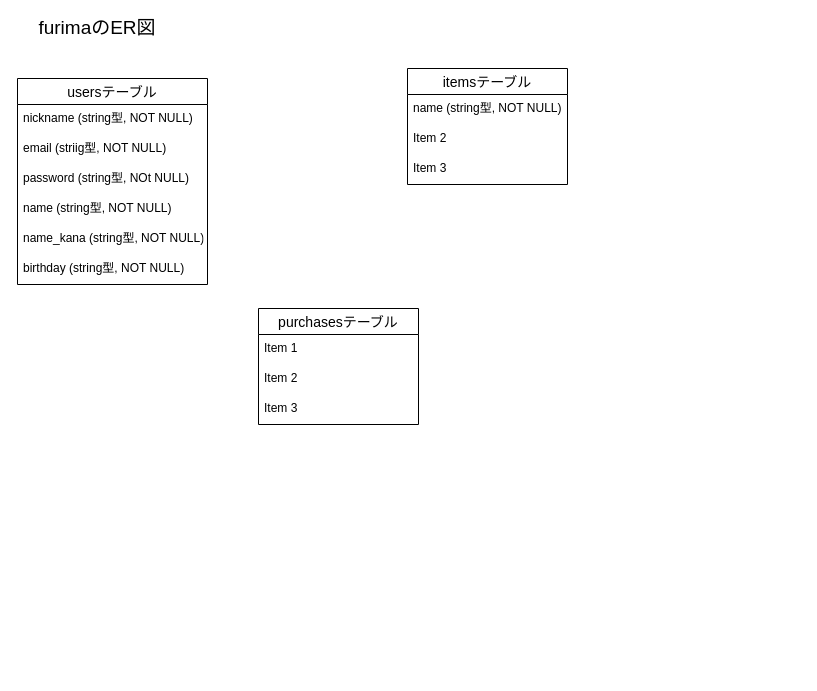
This is ER_figure.dio from takahirohirayama/furima-34430, a draw.io file, before an edit. Source tidied: cells renumbered, new cells numbered last; positions are measured from the earlier drawing's top-left corner, leaving out a move shared by most shapes. Both pictures are drawn from the tidied source at 100%, with x=0, y=0 at pixel (17, 18).
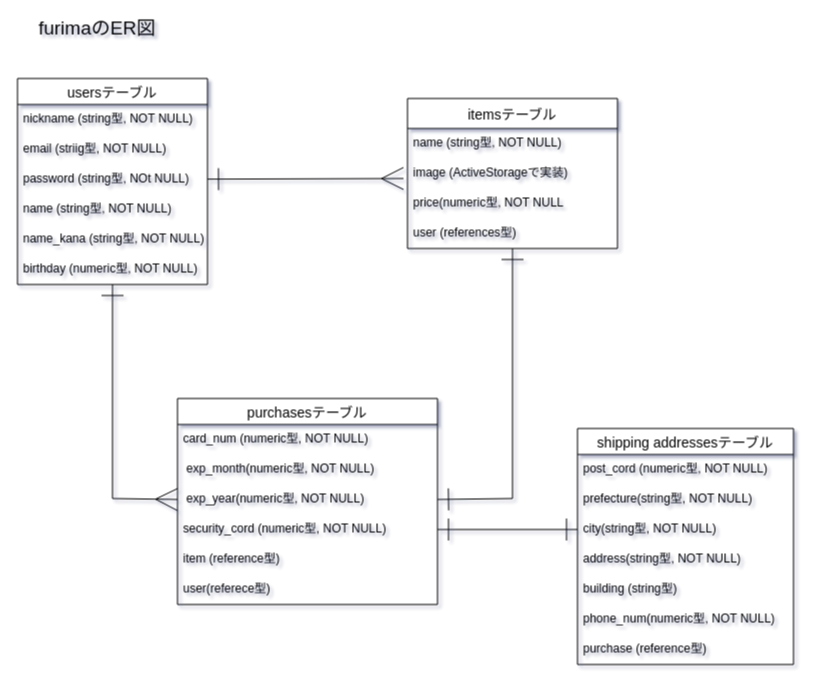
The same diagram, later.

Unchanged cells that the change refers to:
```xml
<mxCell id="2" value="usersテーブル" style="swimlane;fontStyle=0;horizontal=1;startSize=26;align=center;fontSize=14;" parent="1" vertex="1">
  <mxGeometry y="60" width="190" height="206" as="geometry" />
</mxCell>
<mxCell id="5" value="password (string型, NOt NULL)" style="text;strokeColor=none;fillColor=none;spacingLeft=4;spacingRight=4;overflow=hidden;points=[[0,0.5],[1,0.5]];portConstraint=eastwest;fontSize=12;" parent="2" vertex="1">
  <mxGeometry y="86" width="190" height="30" as="geometry" />
</mxCell>
```

Change to the diagram source:
```diff
@@
-<mxGraphModel>
+<mxGraphModel shadow="1">
@@
+    <mxCell id="18" style="edgeStyle=orthogonalEdgeStyle;rounded=0;jettySize=auto;html=1;startArrow=ERone;startFill=0;startSize=20;endArrow=ERmany;endFill=0;endSize=20;targetPerimeterSpacing=0;fontSize=19;entryX=0;entryY=0.5;entryDx=0;entryDy=0;" parent="1" edge="1" source="2" target="16">
+      <mxGeometry relative="1" as="geometry">
+        <Array as="points">
+          <mxPoint x="95" y="480" />
+        </Array>
+      </mxGeometry>
+    </mxCell>
@@
-    <mxCell id="8" value="birthday (string型, NOT NULL)" style="text;strokeColor=none;fillColor=none;spacingLeft=4;spacingRight=4;overflow=hidden;fontSize=12;" parent="2" vertex="1">
+    <mxCell id="8" value="birthday (numeric型, NOT NULL)" style="text;strokeColor=none;fillColor=none;spacingLeft=4;spacingRight=4;overflow=hidden;fontSize=12;" parent="2" vertex="1">
       <mxGeometry y="176" width="190" height="30" as="geometry" />
     </mxCell>
+    <mxCell id="19" style="edgeStyle=orthogonalEdgeStyle;rounded=0;jettySize=auto;html=1;startArrow=ERone;startFill=0;startSize=20;endArrow=ERone;endFill=0;endSize=20;targetPerimeterSpacing=0;fontSize=19;entryX=1;entryY=0.5;entryDx=0;entryDy=0;" parent="1" edge="1" source="9" target="16">
+      <mxGeometry relative="1" as="geometry">
+        <Array as="points">
+          <mxPoint x="495" y="480" />
+          <mxPoint x="420" y="480" />
+        </Array>
+      </mxGeometry>
+    </mxCell>
-    <mxCell id="9" value="itemsテーブル" style="swimlane;fontStyle=0;horizontal=1;startSize=26;align=center;fontSize=14;" parent="1" vertex="1">
-      <mxGeometry x="390" y="50" width="160" height="116" as="geometry" />
+    <mxCell id="9" value="itemsテーブル" style="swimlane;fontStyle=0;horizontal=1;startSize=30;align=center;fontSize=14;" parent="1" vertex="1">
+      <mxGeometry x="390" y="80" width="210" height="150" as="geometry" />
     </mxCell>
     <mxCell id="10" value="name (string型, NOT NULL)" style="text;strokeColor=none;fillColor=none;spacingLeft=4;spacingRight=4;overflow=hidden;fontSize=12;" parent="9" vertex="1">
-      <mxGeometry y="26" width="160" height="30" as="geometry" />
+      <mxGeometry y="30" width="210" height="30" as="geometry" />
     </mxCell>
+    <mxCell id="20" value="image (ActiveStorageで実装)" style="text;strokeColor=none;fillColor=none;spacingLeft=4;spacingRight=4;overflow=hidden;fontSize=12;" parent="9" vertex="1">
+      <mxGeometry y="60" width="210" height="30" as="geometry" />
+    </mxCell>
-    <mxCell id="11" value="Item 2" style="text;strokeColor=none;fillColor=none;spacingLeft=4;spacingRight=4;overflow=hidden;fontSize=12;" parent="9" vertex="1">
-      <mxGeometry y="56" width="160" height="30" as="geometry" />
+    <mxCell id="11" value="price(numeric型, NOT NULL" style="text;strokeColor=none;fillColor=none;spacingLeft=4;spacingRight=4;overflow=hidden;fontSize=12;" parent="9" vertex="1">
+      <mxGeometry y="90" width="210" height="30" as="geometry" />
     </mxCell>
-    <mxCell id="12" value="Item 3" style="text;strokeColor=none;fillColor=none;spacingLeft=4;spacingRight=4;overflow=hidden;fontSize=12;" parent="9" vertex="1">
-      <mxGeometry y="86" width="160" height="30" as="geometry" />
+    <mxCell id="12" value="user (references型)" style="text;strokeColor=none;fillColor=none;spacingLeft=4;spacingRight=4;overflow=hidden;fontSize=12;" parent="9" vertex="1">
+      <mxGeometry y="120" width="210" height="30" as="geometry" />
     </mxCell>
     <mxCell id="13" value="purchasesテーブル" style="swimlane;fontStyle=0;horizontal=1;startSize=26;align=center;fontSize=14;" parent="1" vertex="1">
-      <mxGeometry x="241" y="290" width="160" height="116" as="geometry" />
+      <mxGeometry x="160" y="380" width="260" height="206" as="geometry" />
     </mxCell>
+    <mxCell id="21" value="card_num (numeric型, NOT NULL)" style="text;strokeColor=none;fillColor=none;spacingLeft=4;spacingRight=4;overflow=hidden;fontSize=12;" parent="13" vertex="1">
+      <mxGeometry y="26" width="260" height="30" as="geometry" />
+    </mxCell>
+    <mxCell id="22" value=" exp_month(numeric型, NOT NULL)" style="text;strokeColor=none;fillColor=none;spacingLeft=4;spacingRight=4;overflow=hidden;fontSize=12;" parent="13" vertex="1">
+      <mxGeometry y="56" width="260" height="30" as="geometry" />
+    </mxCell>
+    <mxCell id="16" value=" exp_year(numeric型, NOT NULL)" style="text;strokeColor=none;fillColor=none;spacingLeft=4;spacingRight=4;overflow=hidden;points=[[0,0.5],[1,0.5]];portConstraint=eastwest;fontSize=12;" parent="13" vertex="1">
+      <mxGeometry y="86" width="260" height="30" as="geometry" />
+    </mxCell>
+    <mxCell id="23" value="security_cord (numeric型, NOT NULL)" style="text;strokeColor=none;fillColor=none;spacingLeft=4;spacingRight=4;overflow=hidden;points=[[0,0.5],[1,0.5]];portConstraint=eastwest;fontSize=12;" parent="13" vertex="1">
+      <mxGeometry y="116" width="260" height="30" as="geometry" />
+    </mxCell>
-    <mxCell id="14" value="Item 1" style="text;strokeColor=none;fillColor=none;spacingLeft=4;spacingRight=4;overflow=hidden;fontSize=12;" parent="13" vertex="1">
-      <mxGeometry y="26" width="160" height="30" as="geometry" />
+    <mxCell id="14" value="item (reference型)" style="text;strokeColor=none;fillColor=none;spacingLeft=4;spacingRight=4;overflow=hidden;fontSize=12;" parent="13" vertex="1">
+      <mxGeometry y="146" width="260" height="30" as="geometry" />
     </mxCell>
-    <mxCell id="15" value="Item 2" style="text;strokeColor=none;fillColor=none;spacingLeft=4;spacingRight=4;overflow=hidden;fontSize=12;" parent="13" vertex="1">
-      <mxGeometry y="56" width="160" height="30" as="geometry" />
+    <mxCell id="15" value="user(referece型)" style="text;strokeColor=none;fillColor=none;spacingLeft=4;spacingRight=4;overflow=hidden;fontSize=12;" parent="13" vertex="1">
+      <mxGeometry y="176" width="260" height="30" as="geometry" />
     </mxCell>
-    <mxCell id="16" value="Item 3" style="text;strokeColor=none;fillColor=none;spacingLeft=4;spacingRight=4;overflow=hidden;points=[[0,0.5],[1,0.5]];portConstraint=eastwest;fontSize=12;" parent="13" vertex="1">
-      <mxGeometry y="86" width="160" height="30" as="geometry" />
-    </mxCell>
@@
+    <mxCell id="24" value="shipping addressesテーブル" style="swimlane;fontStyle=0;horizontal=1;startSize=26;align=center;fontSize=14;" parent="1" vertex="1">
+      <mxGeometry x="560" y="410" width="216" height="236" as="geometry" />
+    </mxCell>
+    <mxCell id="25" value="post_cord (numeric型, NOT NULL)" style="text;strokeColor=none;fillColor=none;spacingLeft=4;spacingRight=4;overflow=hidden;fontSize=12;" parent="24" vertex="1">
+      <mxGeometry y="26" width="216" height="30" as="geometry" />
+    </mxCell>
+    <mxCell id="26" value="prefecture(string型, NOT NULL)" style="text;strokeColor=none;fillColor=none;spacingLeft=4;spacingRight=4;overflow=hidden;fontSize=12;" parent="24" vertex="1">
+      <mxGeometry y="56" width="216" height="30" as="geometry" />
+    </mxCell>
+    <mxCell id="27" value="city(string型, NOT NULL)" style="text;strokeColor=none;fillColor=none;spacingLeft=4;spacingRight=4;overflow=hidden;points=[[0,0.5],[1,0.5]];portConstraint=eastwest;fontSize=12;" parent="24" vertex="1">
+      <mxGeometry y="86" width="216" height="30" as="geometry" />
+    </mxCell>
+    <mxCell id="28" value="address(string型, NOT NULL)" style="text;strokeColor=none;fillColor=none;spacingLeft=4;spacingRight=4;overflow=hidden;fontSize=12;" parent="24" vertex="1">
+      <mxGeometry y="116" width="216" height="30" as="geometry" />
+    </mxCell>
+    <mxCell id="29" value="building (string型)" style="text;strokeColor=none;fillColor=none;spacingLeft=4;spacingRight=4;overflow=hidden;fontSize=12;" parent="24" vertex="1">
+      <mxGeometry y="146" width="216" height="30" as="geometry" />
+    </mxCell>
+    <mxCell id="30" value="phone_num(numeric型, NOT NULL)" style="text;strokeColor=none;fillColor=none;spacingLeft=4;spacingRight=4;overflow=hidden;fontSize=12;" parent="24" vertex="1">
+      <mxGeometry y="176" width="216" height="30" as="geometry" />
+    </mxCell>
+    <mxCell id="31" value="purchase (reference型)" style="text;strokeColor=none;fillColor=none;spacingLeft=4;spacingRight=4;overflow=hidden;fontSize=12;" parent="24" vertex="1">
+      <mxGeometry y="206" width="216" height="30" as="geometry" />
+    </mxCell>
+    <mxCell id="32" style="rounded=0;jettySize=auto;html=1;fontSize=19;endArrow=ERmany;endFill=0;targetPerimeterSpacing=0;endSize=20;startSize=20;startArrow=ERone;startFill=0;" parent="1" edge="1" source="5">
+      <mxGeometry relative="1" as="geometry">
+        <mxPoint x="386" y="160" as="targetPoint" />
+        <Array as="points">
+          <mxPoint x="386" y="160" />
+        </Array>
+      </mxGeometry>
+    </mxCell>
+    <mxCell id="33" style="edgeStyle=orthogonalEdgeStyle;rounded=0;jettySize=auto;html=1;startArrow=ERone;startFill=0;startSize=20;endArrow=ERone;endFill=0;endSize=20;targetPerimeterSpacing=0;fontSize=19;entryX=0;entryY=0.5;entryDx=0;entryDy=0;" parent="1" edge="1" source="23" target="27">
+      <mxGeometry relative="1" as="geometry" />
+    </mxCell>
```
